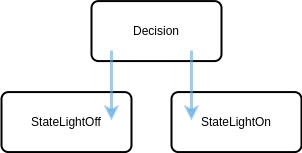
Before: assets/path-pir-light.png, a diagram exported from draw.io (guimaraaes/cutes). Source tidied: cells renumbered, new cells last; positions are measured from the earlier drawing's top-left corner, leaving out a move shared by most shapes.
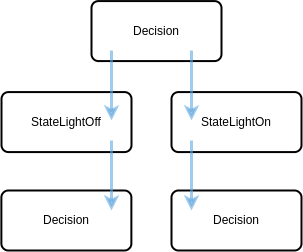
After the change.

What changed in the source:
```diff
@@ -3,25 +3,43 @@
     <mxCell id="0" />
     <mxCell id="1" parent="0" />
     <mxCell id="2" value="Decision" style="rounded=1;whiteSpace=wrap;html=1;absoluteArcSize=1;arcSize=14;strokeWidth=2;" parent="1" vertex="1">
-      <mxGeometry x="90" y="-0.4" width="130" height="60" as="geometry" />
+      <mxGeometry x="-0.1" y="129" width="130" height="60" as="geometry" />
     </mxCell>
-    <mxCell id="3" value="StateLightOff" style="rounded=1;whiteSpace=wrap;html=1;absoluteArcSize=1;arcSize=14;strokeWidth=2;" parent="1" vertex="1">
-      <mxGeometry y="90.6" width="130" height="60" as="geometry" />
+    <mxCell id="3" value="Decision" style="rounded=1;whiteSpace=wrap;html=1;absoluteArcSize=1;arcSize=14;strokeWidth=2;" parent="1" vertex="1">
+      <mxGeometry x="170" y="129" width="130" height="60" as="geometry" />
     </mxCell>
-    <mxCell id="4" value="StateLightOn" style="rounded=1;whiteSpace=wrap;html=1;absoluteArcSize=1;arcSize=14;strokeWidth=2;" parent="1" vertex="1">
-      <mxGeometry x="170" y="90.6" width="130" height="60" as="geometry" />
+    <mxCell id="4" value="Decision" style="rounded=1;whiteSpace=wrap;html=1;absoluteArcSize=1;arcSize=14;strokeWidth=2;" parent="1" vertex="1">
+      <mxGeometry x="90" y="-60.4" width="130" height="60" as="geometry" />
     </mxCell>
-    <mxCell id="5" style="endArrow=classic;html=1;rounded=0;fillColor=#dae8fc;strokeColor=#63a8df;strokeWidth=3;opacity=60;" parent="1" edge="1">
-      <mxGeometry relative="1" as="geometry">
-        <mxPoint x="110" y="49" as="sourcePoint" />
-        <mxPoint x="110" y="119" as="targetPoint" />
-      </mxGeometry>
+    <mxCell id="5" value="StateLightOff" style="rounded=1;whiteSpace=wrap;html=1;absoluteArcSize=1;arcSize=14;strokeWidth=2;" parent="1" vertex="1">
+      <mxGeometry y="30.6" width="130" height="60" as="geometry" />
     </mxCell>
-    <mxCell id="6" style="endArrow=classic;html=1;rounded=0;fillColor=#dae8fc;strokeColor=#63a8df;strokeWidth=3;opacity=60;" parent="1" edge="1">
-      <mxGeometry relative="1" as="geometry">
-        <mxPoint x="190" y="49" as="sourcePoint" />
-        <mxPoint x="190" y="119" as="targetPoint" />
-      </mxGeometry>
+    <mxCell id="6" value="StateLightOn" style="rounded=1;whiteSpace=wrap;html=1;absoluteArcSize=1;arcSize=14;strokeWidth=2;" parent="1" vertex="1">
+      <mxGeometry x="170" y="30.6" width="130" height="60" as="geometry" />
     </mxCell>
+    <mxCell id="7" style="endArrow=classic;html=1;rounded=0;fillColor=#dae8fc;strokeColor=#63a8df;strokeWidth=3;opacity=60;" parent="1" edge="1">
+      <mxGeometry relative="1" as="geometry">
+        <mxPoint x="110" y="-11" as="sourcePoint" />
+        <mxPoint x="110" y="59" as="targetPoint" />
+      </mxGeometry>
+    </mxCell>
+    <mxCell id="8" style="endArrow=classic;html=1;rounded=0;fillColor=#dae8fc;strokeColor=#63a8df;strokeWidth=3;opacity=60;" parent="1" edge="1">
+      <mxGeometry relative="1" as="geometry">
+        <mxPoint x="190" y="-11" as="sourcePoint" />
+        <mxPoint x="190" y="59" as="targetPoint" />
+      </mxGeometry>
+    </mxCell>
+    <mxCell id="9" style="endArrow=classic;html=1;rounded=0;fillColor=#dae8fc;strokeColor=#63a8df;strokeWidth=3;opacity=60;" parent="1" edge="1">
+      <mxGeometry relative="1" as="geometry">
+        <mxPoint x="110" y="79" as="sourcePoint" />
+        <mxPoint x="110" y="149" as="targetPoint" />
+      </mxGeometry>
+    </mxCell>
+    <mxCell id="10" style="endArrow=classic;html=1;rounded=0;fillColor=#dae8fc;strokeColor=#63a8df;strokeWidth=3;opacity=60;" parent="1" edge="1">
+      <mxGeometry relative="1" as="geometry">
+        <mxPoint x="190" y="79" as="sourcePoint" />
+        <mxPoint x="190" y="149" as="targetPoint" />
+      </mxGeometry>
+    </mxCell>
   </root>
 </mxGraphModel>
```
